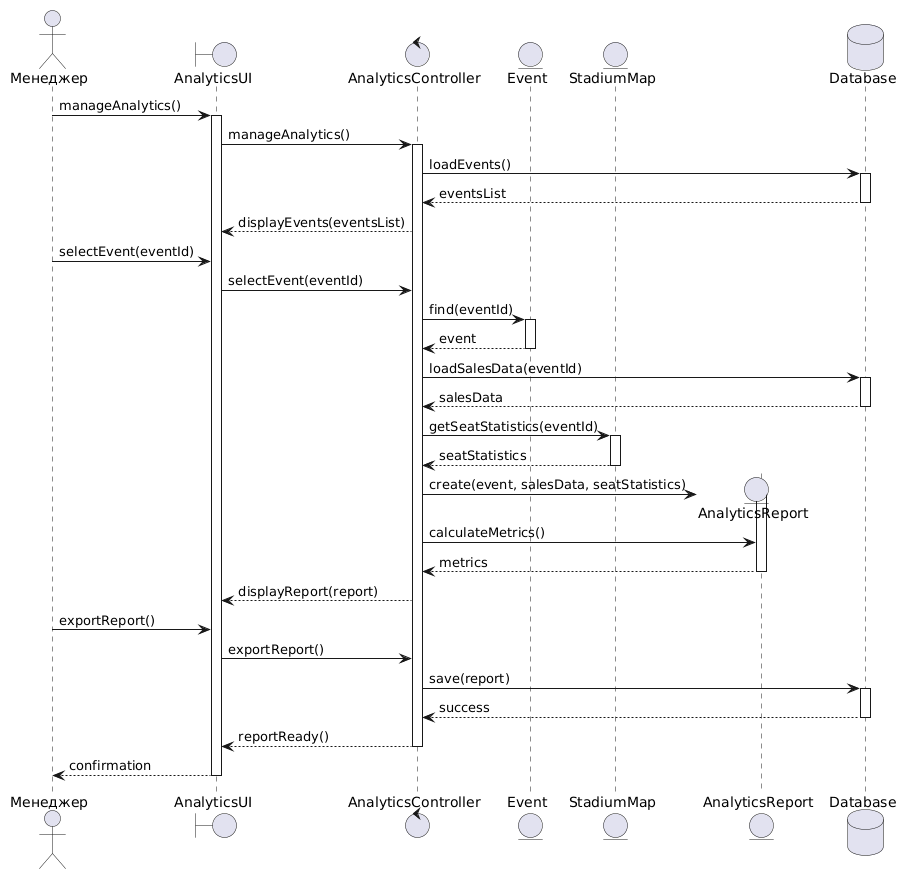
Before: source/diagram4.png, a diagram exported from PlantUML (penamarth/bsbo-11-24_team5_var10_football).
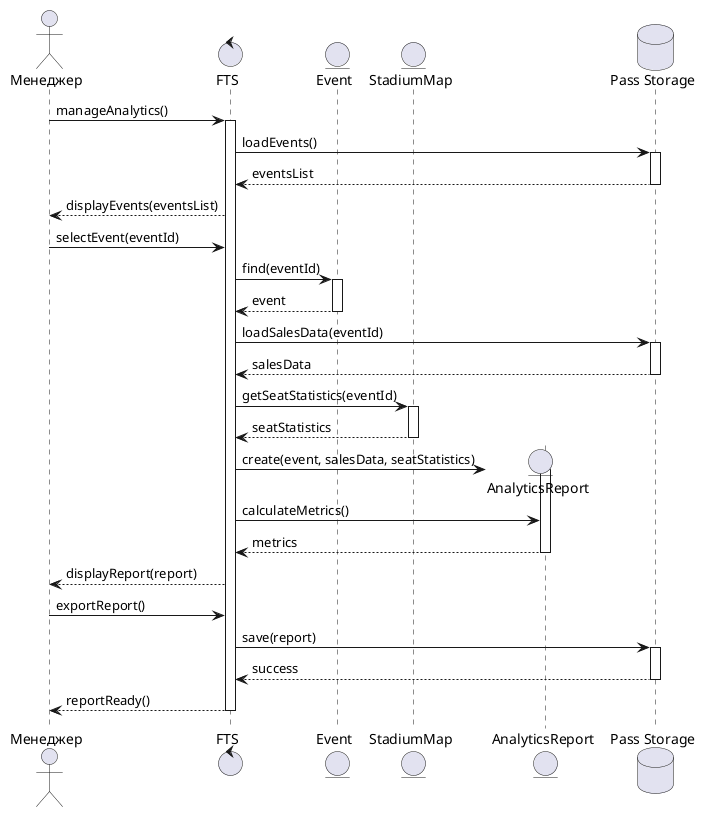
Above is the later version.

Commit message:
Перерисовал PNG диаграмм из plantuml-кода: FTS, Pass Storage, без уровня UI

What changed in the source:
```diff
@@ -1,60 +1,54 @@
 @startuml
 actor "Менеджер" as Manager
 
-boundary "AnalyticsUI" as UI
-control "AnalyticsController" as Controller
+control "FTS" as FTS
 entity "Event" as Event
 entity "StadiumMap" as Map
 entity "AnalyticsReport" as Report
-database "Database" as DB
+database "Pass Storage" as PassStorage
 
-Manager -> UI : manageAnalytics()
-activate UI
-UI -> Controller : manageAnalytics()
-activate Controller
+Manager -> FTS : manageAnalytics()
+activate FTS
 
-Controller -> DB : loadEvents()
-activate DB
-DB --> Controller : eventsList
-deactivate DB
-Controller --> UI : displayEvents(eventsList)
+FTS -> PassStorage : loadEvents()
+activate PassStorage
+PassStorage --> FTS : eventsList
+deactivate PassStorage
+FTS --> Manager : displayEvents(eventsList)
 
-Manager -> UI : selectEvent(eventId)
-UI -> Controller : selectEvent(eventId)
+Manager -> FTS : selectEvent(eventId)
 
-Controller -> Event : find(eventId)
+FTS -> Event : find(eventId)
 activate Event
-Event --> Controller : event
+Event --> FTS : event
 deactivate Event
 
-Controller -> DB : loadSalesData(eventId)
-activate DB
-DB --> Controller : salesData
-deactivate DB
+FTS -> PassStorage : loadSalesData(eventId)
+activate PassStorage
+PassStorage --> FTS : salesData
+deactivate PassStorage
 
-Controller -> Map : getSeatStatistics(eventId)
+FTS -> Map : getSeatStatistics(eventId)
 activate Map
-Map --> Controller : seatStatistics
+Map --> FTS : seatStatistics
 deactivate Map
 
 create Report
-Controller -> Report : create(event, salesData, seatStatistics)
+FTS -> Report : create(event, salesData, seatStatistics)
 activate Report
-Controller -> Report : calculateMetrics()
-Report --> Controller : metrics
+FTS -> Report : calculateMetrics()
+Report --> FTS : metrics
 deactivate Report
 
-Controller --> UI : displayReport(report)
+FTS --> Manager : displayReport(report)
 
-Manager -> UI : exportReport()
-UI -> Controller : exportReport()
-Controller -> DB : save(report)
-activate DB
-DB --> Controller : success
-deactivate DB
+Manager -> FTS : exportReport()
+FTS -> PassStorage : save(report)
+activate PassStorage
+PassStorage --> FTS : success
+deactivate PassStorage
 
-Controller --> UI : reportReady()
-deactivate Controller
-UI --> Manager : confirmation
-deactivate UI
+FTS --> Manager : reportReady()
+deactivate FTS
+
 @enduml
```
